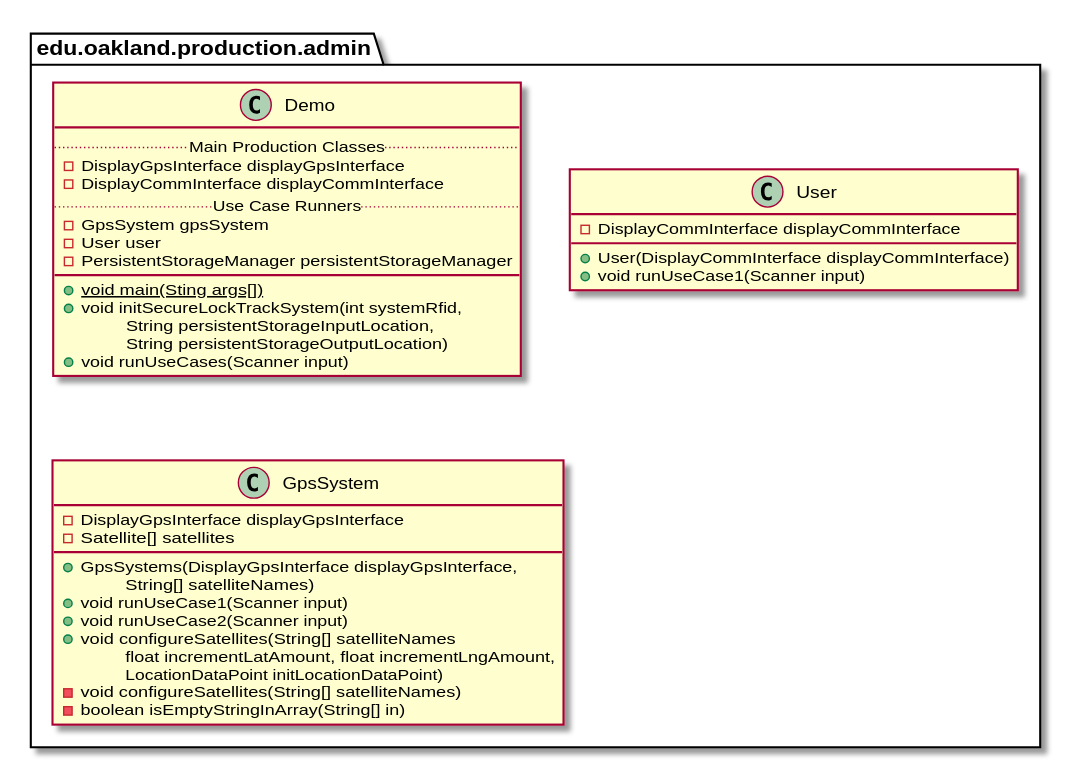
Earlier version of the PlantUML export docs/uml-class-diagrams/admin/production/AdminProductionPackage_Closure.svg (andrewdimmer/csi-3370-software-project).
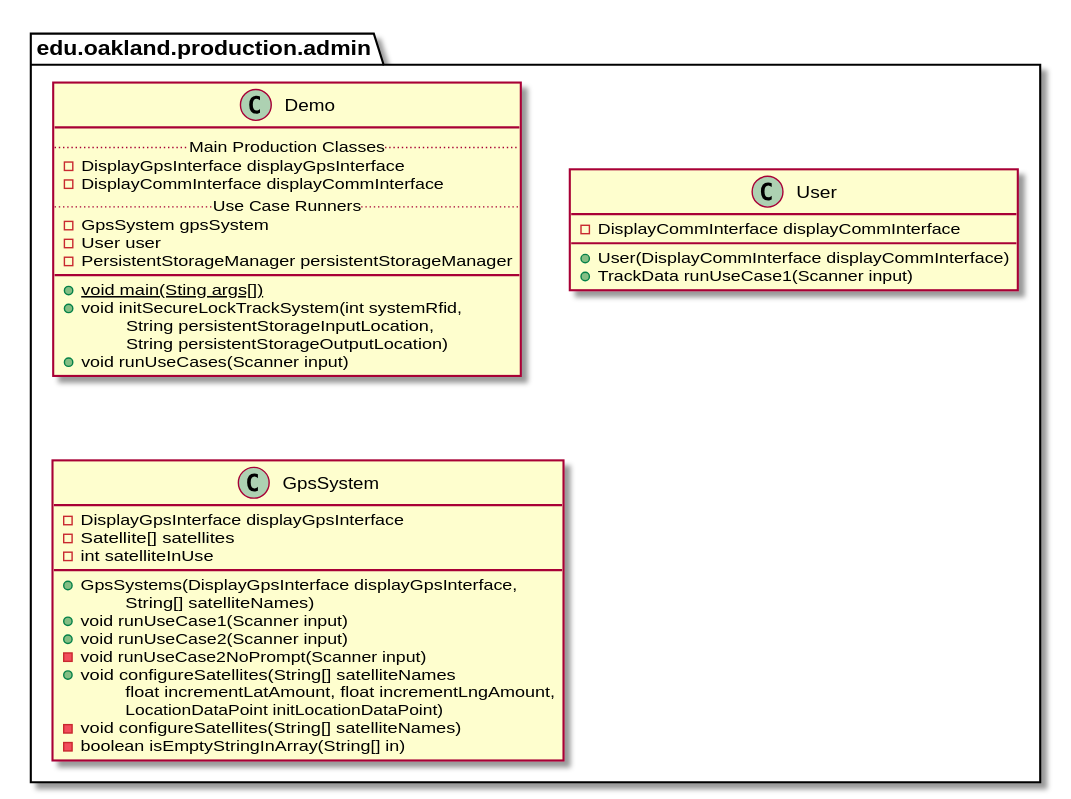
Above is the later version.

What changed in the source:
```diff
@@ -35,7 +35,7 @@
     class User {
         - DisplayCommInterface displayCommInterface
         + User(DisplayCommInterface displayCommInterface)
-        + void runUseCase1(Scanner input)
+        + TrackData runUseCase1(Scanner input)
     }
 }
 
@@ -50,11 +50,13 @@
     class GpsSystem {
         - DisplayGpsInterface displayGpsInterface
         - Satellite[] satellites
+        - int satelliteInUse
         __
         + GpsSystems(DisplayGpsInterface displayGpsInterface,
         \tString[] satelliteNames)
         + void runUseCase1(Scanner input)
         + void runUseCase2(Scanner input)
+        - void runUseCase2NoPrompt(Scanner input)
         + void configureSatellites(String[] satelliteNames
         \tfloat incrementLatAmount, float incrementLngAmount,
         \tLocationDataPoint initLocationDataPoint)
```
